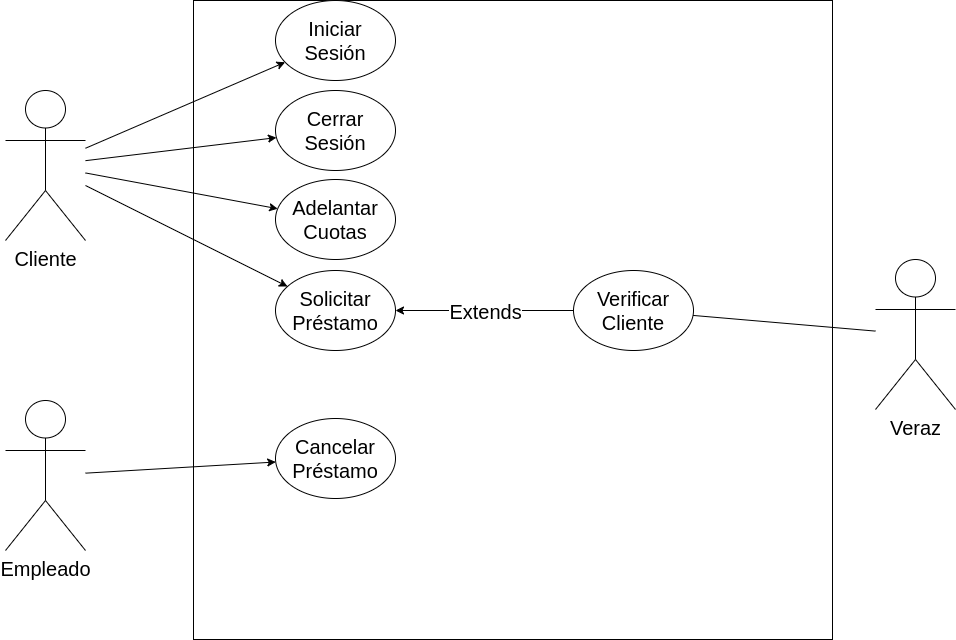
Earlier version of the draw.io export Practica/Practica3-CU/drawios/ejercicio07_P3.drawio.png (c97Ernesto/IngenieriaSoftware1). Source tidied: cells renumbered, new cells last; positions are measured from the earlier drawing's top-left corner, leaving out a move shared by most shapes.
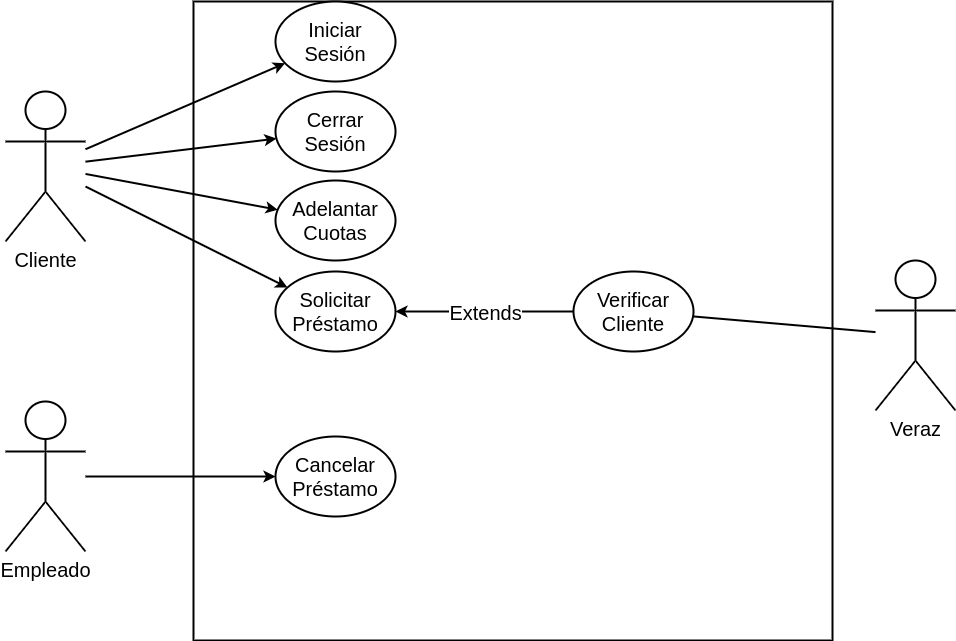
Above is the later version.

The edit, as a diff of the source:
```diff
@@ -2,58 +2,58 @@
   <root>
     <mxCell id="0" />
     <mxCell id="1" parent="0" />
-    <mxCell id="2" value="Cliente" style="shape=umlActor;verticalLabelPosition=bottom;verticalAlign=top;html=1;outlineConnect=0;fontSize=20;" parent="1" vertex="1">
+    <mxCell id="2" value="Cliente" style="shape=umlActor;verticalLabelPosition=bottom;verticalAlign=top;html=1;outlineConnect=0;fontSize=20;strokeWidth=2;" parent="1" vertex="1">
       <mxGeometry y="90" width="80" height="150" as="geometry" />
     </mxCell>
-    <mxCell id="3" value="Veraz" style="shape=umlActor;verticalLabelPosition=bottom;verticalAlign=top;html=1;outlineConnect=0;fontSize=20;" parent="1" vertex="1">
+    <mxCell id="3" value="Veraz" style="shape=umlActor;verticalLabelPosition=bottom;verticalAlign=top;html=1;outlineConnect=0;fontSize=20;strokeWidth=2;" parent="1" vertex="1">
       <mxGeometry x="870" y="259" width="80" height="150" as="geometry" />
     </mxCell>
-    <mxCell id="4" style="whiteSpace=wrap;html=1;fontSize=20;" parent="1" vertex="1">
+    <mxCell id="4" style="whiteSpace=wrap;html=1;fontSize=20;strokeWidth=2;" parent="1" vertex="1">
       <mxGeometry x="188" width="639" height="639" as="geometry" />
     </mxCell>
-    <mxCell id="5" value="Verificar Cliente" style="ellipse;whiteSpace=wrap;html=1;fontSize=20;" parent="1" vertex="1">
+    <mxCell id="5" value="Verificar Cliente" style="ellipse;whiteSpace=wrap;html=1;fontSize=20;strokeWidth=2;" parent="1" vertex="1">
       <mxGeometry x="568" y="270" width="120" height="80" as="geometry" />
     </mxCell>
-    <mxCell id="6" style="endArrow=classic;html=1;rounded=0;fontSize=20;" parent="1" edge="1" source="2" target="14">
+    <mxCell id="6" style="endArrow=classic;html=1;rounded=0;fontSize=20;strokeWidth=2;" parent="1" edge="1" source="2" target="14">
       <mxGeometry relative="1" as="geometry" />
     </mxCell>
-    <mxCell id="7" style="endArrow=none;html=1;rounded=0;fontSize=20;" parent="1" edge="1" source="5" target="3">
+    <mxCell id="7" style="endArrow=none;html=1;rounded=0;fontSize=20;strokeWidth=2;" parent="1" edge="1" source="5" target="3">
       <mxGeometry relative="1" as="geometry" />
     </mxCell>
-    <mxCell id="8" style="endArrow=classic;html=1;rounded=0;fontSize=20;" parent="1" edge="1" source="2" target="13">
+    <mxCell id="8" style="endArrow=classic;html=1;rounded=0;fontSize=20;strokeWidth=2;" parent="1" edge="1" source="2" target="13">
       <mxGeometry relative="1" as="geometry" />
     </mxCell>
-    <mxCell id="9" value="Empleado" style="shape=umlActor;verticalLabelPosition=bottom;verticalAlign=top;html=1;outlineConnect=0;fontSize=20;" parent="1" vertex="1">
+    <mxCell id="9" value="Empleado" style="shape=umlActor;verticalLabelPosition=bottom;verticalAlign=top;html=1;outlineConnect=0;fontSize=20;strokeWidth=2;" parent="1" vertex="1">
       <mxGeometry y="400" width="80" height="150" as="geometry" />
     </mxCell>
-    <mxCell id="10" style="endArrow=classic;html=1;rounded=0;fontSize=20;" parent="1" edge="1" source="9" target="15">
+    <mxCell id="10" style="endArrow=classic;html=1;rounded=0;fontSize=20;strokeWidth=2;" parent="1" edge="1" source="9" target="15">
       <mxGeometry relative="1" as="geometry" />
     </mxCell>
-    <mxCell id="11" style="endArrow=classic;html=1;rounded=0;fontSize=20;" parent="1" edge="1" source="5" target="13">
+    <mxCell id="11" style="endArrow=classic;html=1;rounded=0;fontSize=20;strokeWidth=2;" parent="1" edge="1" source="5" target="13">
       <mxGeometry relative="1" as="geometry" />
     </mxCell>
     <mxCell id="12" value="Extends" style="edgeLabel;html=1;align=center;verticalAlign=middle;fontSize=20;" parent="11" vertex="1">
       <mxGeometry relative="1" as="geometry" />
     </mxCell>
-    <mxCell id="13" value="Solicitar Préstamo" style="ellipse;whiteSpace=wrap;html=1;fontSize=20;" parent="1" vertex="1">
+    <mxCell id="13" value="Solicitar Préstamo" style="ellipse;whiteSpace=wrap;html=1;fontSize=20;strokeWidth=2;" parent="1" vertex="1">
       <mxGeometry x="270" y="270" width="120" height="80" as="geometry" />
     </mxCell>
-    <mxCell id="14" value="Adelantar Cuotas" style="ellipse;whiteSpace=wrap;html=1;fontSize=20;" parent="1" vertex="1">
+    <mxCell id="14" value="Adelantar Cuotas" style="ellipse;whiteSpace=wrap;html=1;fontSize=20;strokeWidth=2;" parent="1" vertex="1">
       <mxGeometry x="270" y="179" width="120" height="80" as="geometry" />
     </mxCell>
-    <mxCell id="15" value="Cancelar Préstamo" style="ellipse;whiteSpace=wrap;html=1;fontSize=20;" parent="1" vertex="1">
-      <mxGeometry x="270" y="418" width="120" height="80" as="geometry" />
+    <mxCell id="15" value="Cancelar Préstamo" style="ellipse;whiteSpace=wrap;html=1;fontSize=20;strokeWidth=2;" parent="1" vertex="1">
+      <mxGeometry x="270" y="435" width="120" height="80" as="geometry" />
     </mxCell>
-    <mxCell id="16" value="Iniciar Sesión" style="ellipse;whiteSpace=wrap;html=1;fontSize=20;" parent="1" vertex="1">
+    <mxCell id="16" value="Iniciar Sesión" style="ellipse;whiteSpace=wrap;html=1;fontSize=20;strokeWidth=2;" parent="1" vertex="1">
       <mxGeometry x="270" width="120" height="80" as="geometry" />
     </mxCell>
-    <mxCell id="17" value="Cerrar Sesión" style="ellipse;whiteSpace=wrap;html=1;fontSize=20;" parent="1" vertex="1">
+    <mxCell id="17" value="Cerrar Sesión" style="ellipse;whiteSpace=wrap;html=1;fontSize=20;strokeWidth=2;" parent="1" vertex="1">
       <mxGeometry x="270" y="90" width="120" height="80" as="geometry" />
     </mxCell>
-    <mxCell id="18" style="endArrow=classic;html=1;rounded=0;fontSize=20;" parent="1" edge="1" source="2" target="17">
+    <mxCell id="18" style="endArrow=classic;html=1;rounded=0;fontSize=20;strokeWidth=2;" parent="1" edge="1" source="2" target="17">
       <mxGeometry relative="1" as="geometry" />
     </mxCell>
-    <mxCell id="19" style="endArrow=classic;html=1;rounded=0;fontSize=20;" parent="1" edge="1" source="2" target="16">
+    <mxCell id="19" style="endArrow=classic;html=1;rounded=0;fontSize=20;strokeWidth=2;" parent="1" edge="1" source="2" target="16">
       <mxGeometry relative="1" as="geometry" />
     </mxCell>
   </root>
```
